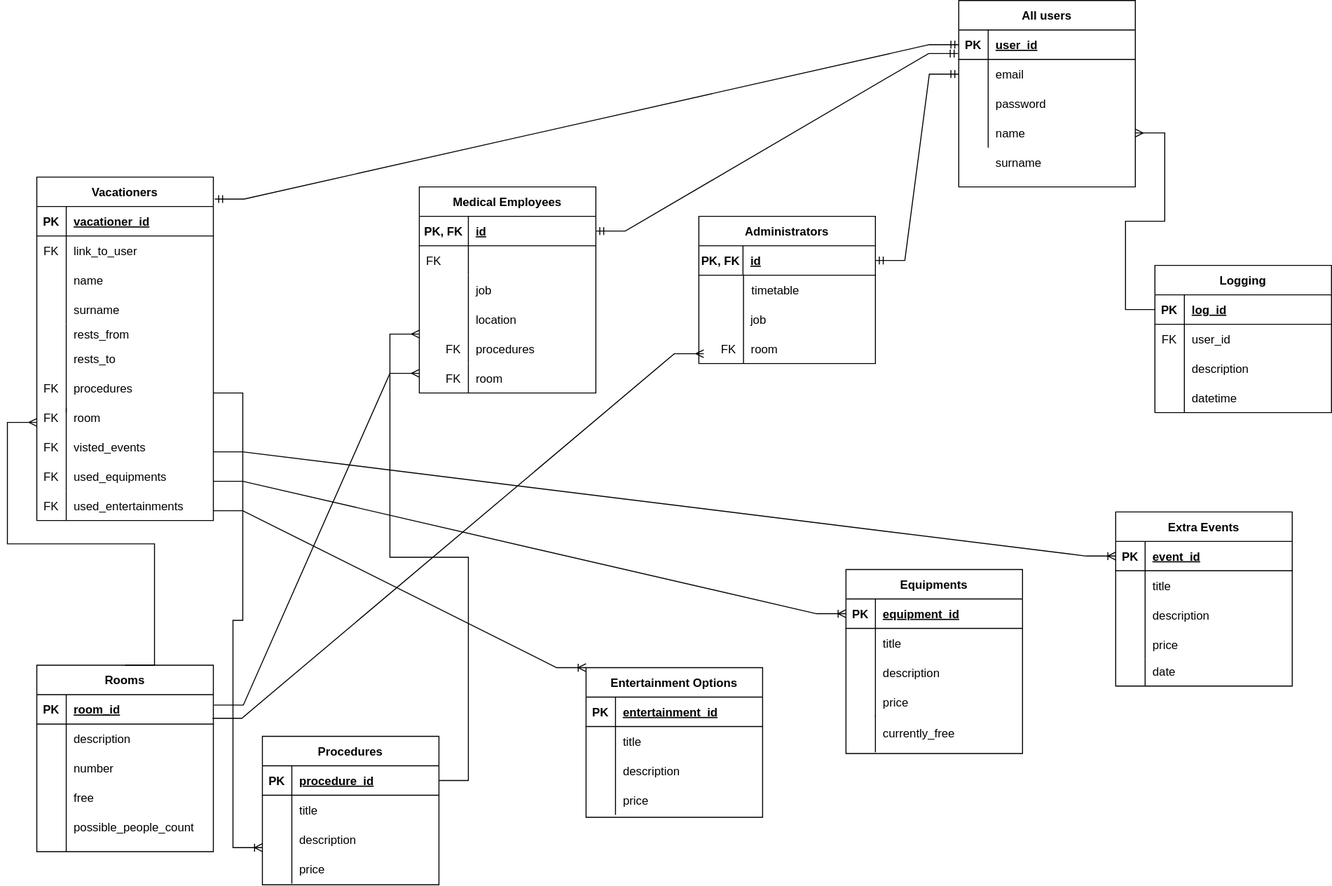
Before: 5_semester/LR1/scheme.drawio.svg, a diagram exported from draw.io (user-of-github/BSUIR_Labs_Data-models-and-database-management-systems). Source tidied: cells renumbered, new cells last; positions are measured from the earlier drawing's top-left corner, leaving out a move shared by most shapes.
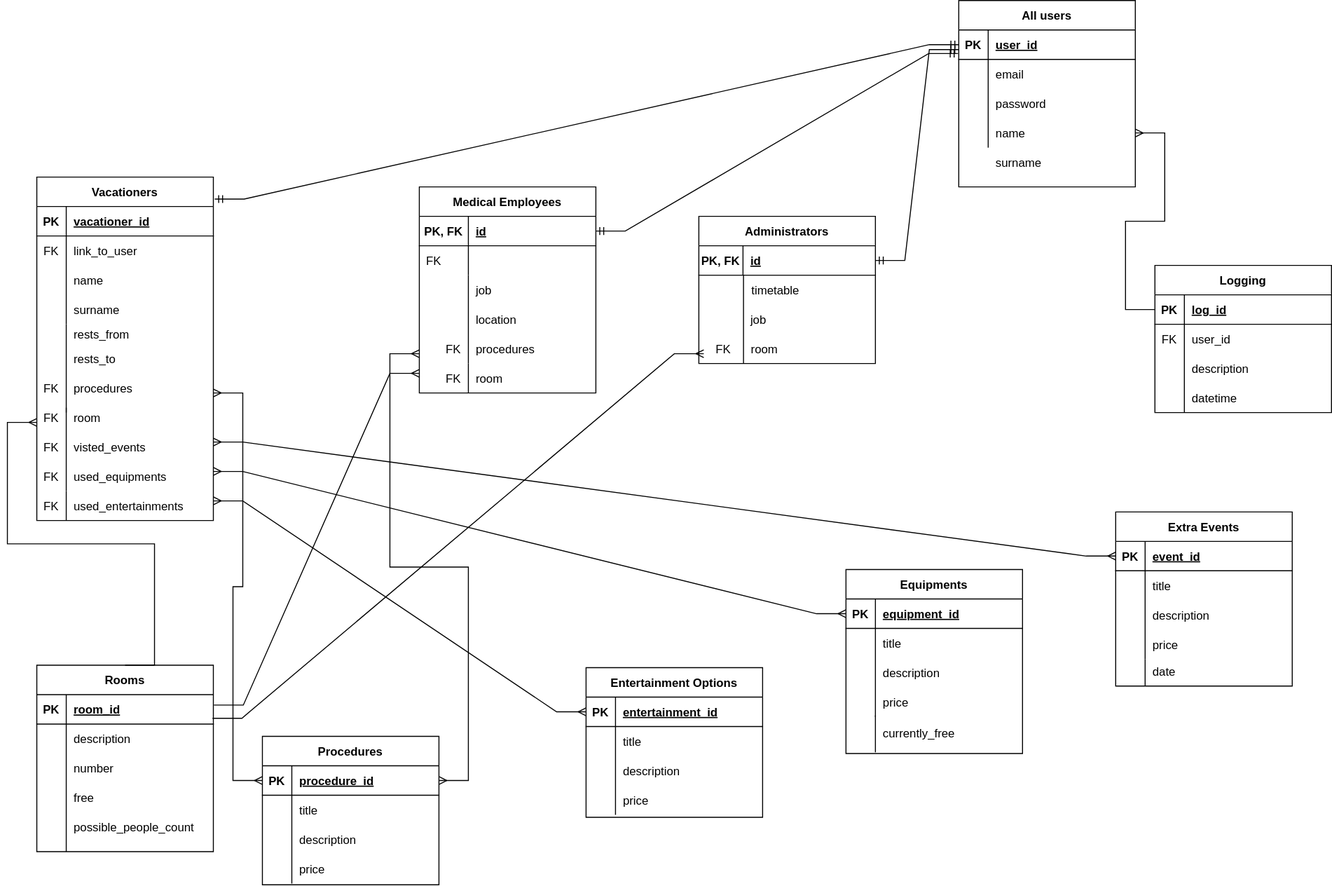
After the change.

Commit message:
fix: relations in scheme'

What changed in the source:
```diff
@@ -120,7 +120,7 @@
       <mxGeometry x="690.5" y="280" width="30" height="30" as="geometry" />
     </mxCell>
     <mxCell id="39" value="FK" style="shape=partialRectangle;fillColor=none;top=0;left=0;bottom=0;right=0;overflow=hidden;" parent="1" vertex="1">
-      <mxGeometry x="690.5" y="340" width="30" height="30" as="geometry" />
+      <mxGeometry x="680" y="340" width="40.5" height="30" as="geometry" />
     </mxCell>
     <mxCell id="40" value="Vacationers" style="shape=table;startSize=30;rowLines=0;fontStyle=1;align=center;" parent="1" vertex="1">
       <mxGeometry y="180" width="180" height="350" as="geometry" />
@@ -374,8 +374,10 @@
     <mxCell id="120" style="edgeStyle=entityRelationEdgeStyle;fontSize=12;html=1;endArrow=ERmandOne;startArrow=ERmandOne;rounded=0;exitX=1;exitY=0.5;exitDx=0;exitDy=0;entryX=-0.004;entryY=0.801;entryDx=0;entryDy=0;entryPerimeter=0;" parent="1" edge="1" source="16" target="107">
       <mxGeometry relative="1" as="geometry" />
     </mxCell>
-    <mxCell id="121" style="edgeStyle=entityRelationEdgeStyle;fontSize=12;html=1;endArrow=ERmandOne;startArrow=ERmandOne;rounded=0;exitX=1;exitY=0.5;exitDx=0;exitDy=0;entryX=0;entryY=0.5;entryDx=0;entryDy=0;" parent="1" edge="1" source="31" target="110">
-      <mxGeometry relative="1" as="geometry" />
+    <mxCell id="121" style="edgeStyle=entityRelationEdgeStyle;fontSize=12;html=1;endArrow=ERmandOne;startArrow=ERmandOne;rounded=0;exitX=1;exitY=0.5;exitDx=0;exitDy=0;" parent="1" edge="1" source="31">
+      <mxGeometry relative="1" as="geometry">
+        <mxPoint x="940" y="50" as="targetPoint" />
+      </mxGeometry>
     </mxCell>
     <mxCell id="122" value="visted_events" style="shape=partialRectangle;fillColor=none;top=0;left=0;bottom=0;right=0;align=left;spacingLeft=6;overflow=hidden;" parent="1" vertex="1">
       <mxGeometry x="30" y="440" width="150" height="30" as="geometry" />
@@ -389,11 +391,6 @@
         <mxPoint x="30" y="500" as="targetPoint" />
       </mxGeometry>
     </mxCell>
-    <mxCell id="125" style="edgeStyle=entityRelationEdgeStyle;fontSize=12;html=1;endArrow=ERoneToMany;rounded=0;entryX=0;entryY=0.5;entryDx=0;entryDy=0;" parent="1" edge="1" target="92">
-      <mxGeometry relative="1" as="geometry">
-        <mxPoint x="180" y="460" as="sourcePoint" />
-      </mxGeometry>
-    </mxCell>
     <mxCell id="126" value="used_equipments" style="shape=partialRectangle;fillColor=none;top=0;left=0;bottom=0;right=0;align=left;spacingLeft=6;overflow=hidden;" parent="1" vertex="1">
       <mxGeometry x="30" y="470" width="150" height="30" as="geometry" />
     </mxCell>
@@ -406,16 +403,6 @@
     <mxCell id="129" value="FK" style="shape=partialRectangle;fillColor=none;top=0;left=0;bottom=0;right=0;overflow=hidden;" parent="1" vertex="1">
       <mxGeometry y="500" width="30" height="30" as="geometry" />
     </mxCell>
-    <mxCell id="130" style="edgeStyle=entityRelationEdgeStyle;fontSize=12;html=1;endArrow=ERoneToMany;rounded=0;entryX=0;entryY=0;entryDx=0;entryDy=0;" parent="1" edge="1" target="78">
-      <mxGeometry relative="1" as="geometry">
-        <mxPoint x="180" y="520" as="sourcePoint" />
-      </mxGeometry>
-    </mxCell>
-    <mxCell id="131" style="edgeStyle=entityRelationEdgeStyle;fontSize=12;html=1;endArrow=ERoneToMany;rounded=0;entryX=0;entryY=0.5;entryDx=0;entryDy=0;" parent="1" edge="1" target="63">
-      <mxGeometry relative="1" as="geometry">
-        <mxPoint x="180" y="490" as="sourcePoint" />
-      </mxGeometry>
-    </mxCell>
     <mxCell id="132" value="Logging" style="shape=table;startSize=30;rowLines=0;fontStyle=1;align=center;" parent="1" vertex="1">
       <mxGeometry x="1140" y="270" width="180" height="150" as="geometry" />
     </mxCell>
@@ -537,11 +524,6 @@
     <mxCell id="168" value="price" style="shape=partialRectangle;fillColor=none;top=0;left=0;bottom=0;right=0;align=left;spacingLeft=6;overflow=hidden;" parent="166" vertex="1">
       <mxGeometry x="30" width="150" height="30" as="geometry" />
     </mxCell>
-    <mxCell id="169" style="edgeStyle=entityRelationEdgeStyle;fontSize=12;html=1;endArrow=ERmany;rounded=0;exitX=1;exitY=0.5;exitDx=0;exitDy=0;" parent="1" edge="1" source="157">
-      <mxGeometry relative="1" as="geometry">
-        <mxPoint x="390" y="340" as="targetPoint" />
-      </mxGeometry>
-    </mxCell>
     <mxCell id="170" value="room" style="shape=partialRectangle;fillColor=none;top=0;left=0;bottom=0;right=0;align=left;spacingLeft=6;overflow=hidden;" parent="1" vertex="1">
       <mxGeometry x="720.5" y="340" width="130.5" height="30" as="geometry" />
     </mxCell>
@@ -562,11 +544,6 @@
         <mxPoint x="30" y="530" as="targetPoint" />
       </mxGeometry>
     </mxCell>
-    <mxCell id="175" style="edgeStyle=entityRelationEdgeStyle;fontSize=12;html=1;endArrow=ERoneToMany;rounded=0;entryX=0;entryY=0.75;entryDx=0;entryDy=0;" parent="1" edge="1" target="156">
-      <mxGeometry relative="1" as="geometry">
-        <mxPoint x="180" y="400" as="sourcePoint" />
-      </mxGeometry>
-    </mxCell>
     <mxCell id="176" style="shape=tableRow;horizontal=0;startSize=0;swimlaneHead=0;swimlaneBody=0;fillColor=none;top=0;left=0;right=0;bottom=0;" parent="1" vertex="1">
       <mxGeometry x="1140" y="390" width="180" height="30" as="geometry" />
     </mxCell>
@@ -582,5 +559,30 @@
     <mxCell id="180" value="surname" style="shape=partialRectangle;fillColor=none;top=0;left=0;bottom=0;right=0;align=left;spacingLeft=6;overflow=hidden;" parent="1" vertex="1">
       <mxGeometry x="970" y="150" width="150" height="30" as="geometry" />
     </mxCell>
+    <mxCell id="181" style="edgeStyle=entityRelationEdgeStyle;fontSize=12;html=1;endArrow=ERmany;startArrow=ERmany;rounded=0;entryX=0;entryY=0.5;entryDx=0;entryDy=0;" parent="1" edge="1" target="79">
+      <mxGeometry relative="1" as="geometry">
+        <mxPoint x="180" y="510" as="sourcePoint" />
+      </mxGeometry>
+    </mxCell>
+    <mxCell id="182" style="edgeStyle=entityRelationEdgeStyle;fontSize=12;html=1;endArrow=ERmany;startArrow=ERmany;rounded=0;entryX=0;entryY=0.5;entryDx=0;entryDy=0;" parent="1" edge="1" target="63">
+      <mxGeometry relative="1" as="geometry">
+        <mxPoint x="180" y="480" as="sourcePoint" />
+      </mxGeometry>
+    </mxCell>
+    <mxCell id="183" style="edgeStyle=entityRelationEdgeStyle;fontSize=12;html=1;endArrow=ERmany;startArrow=ERmany;rounded=0;entryX=0;entryY=0.5;entryDx=0;entryDy=0;" parent="1" edge="1" target="92">
+      <mxGeometry relative="1" as="geometry">
+        <mxPoint x="180" y="450" as="sourcePoint" />
+      </mxGeometry>
+    </mxCell>
+    <mxCell id="184" style="edgeStyle=entityRelationEdgeStyle;fontSize=12;html=1;endArrow=ERmany;startArrow=ERmany;rounded=0;entryX=0;entryY=0.5;entryDx=0;entryDy=0;" parent="1" edge="1" target="157">
+      <mxGeometry relative="1" as="geometry">
+        <mxPoint x="180" y="400" as="sourcePoint" />
+      </mxGeometry>
+    </mxCell>
+    <mxCell id="185" style="edgeStyle=entityRelationEdgeStyle;fontSize=12;html=1;endArrow=ERmany;startArrow=ERmany;rounded=0;exitX=1;exitY=0.5;exitDx=0;exitDy=0;" parent="1" edge="1" source="157">
+      <mxGeometry relative="1" as="geometry">
+        <mxPoint x="390" y="360" as="targetPoint" />
+      </mxGeometry>
+    </mxCell>
   </root>
 </mxGraphModel>
```
